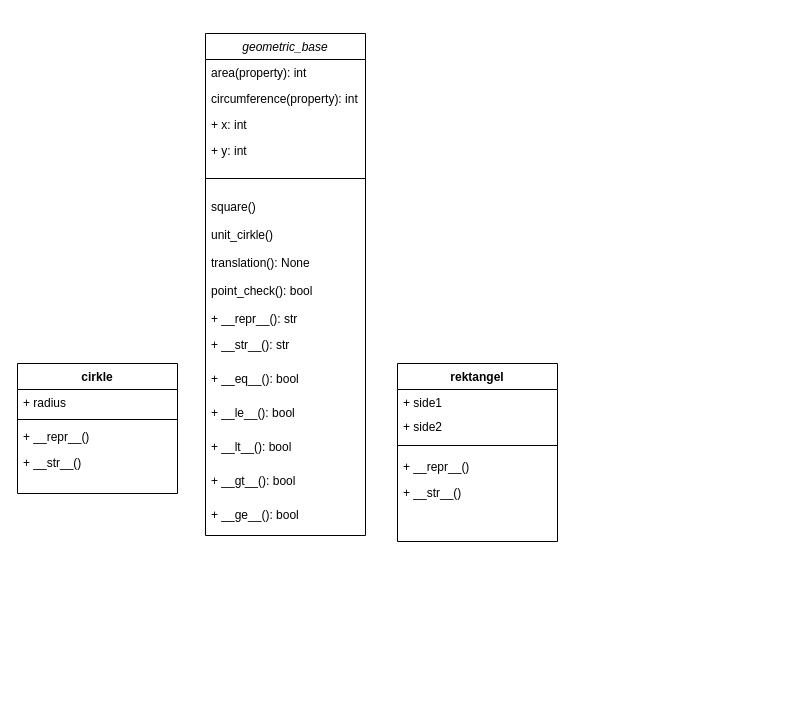
Above: Labs/Untitled Diagram.drawio in koop46/Python_Alejandro_Martinez (draw.io), before the change. Source tidied: cells renumbered, new cells numbered last; positions are measured from the earlier drawing's top-left corner, leaving out a move shared by most shapes. Both pictures are drawn from the tidied source at 100%, with x=0, y=0 at pixel (17, 33).
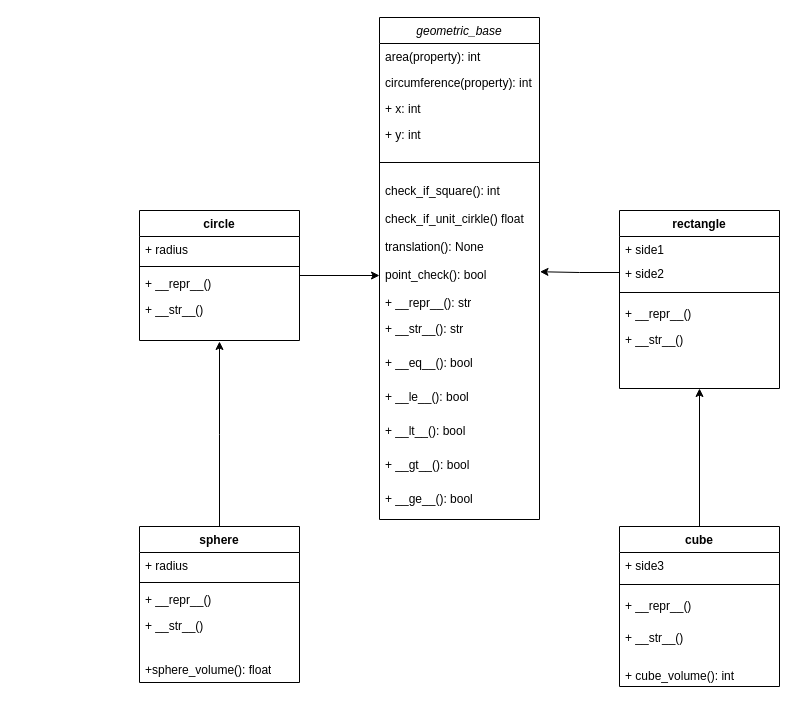
After the change.

Commit message:
sphere and cube

The change refers to these unchanged cells:
```xml
<mxCell id="11" value="point_check(): bool" style="text;align=left;verticalAlign=top;spacingLeft=4;spacingRight=4;overflow=hidden;points=[[0,0.5],[1,0.5]];portConstraint=eastwest;" parent="2" vertex="1">
  <mxGeometry y="244" width="160" height="28" as="geometry" />
</mxCell>
<mxCell id="21" value="+ side2" style="text;strokeColor=none;fillColor=none;align=left;verticalAlign=top;spacingLeft=4;spacingRight=4;overflow=hidden;points=[[0,0.5],[1,0.5]];portConstraint=eastwest;whiteSpace=wrap;html=1;" parent="19" vertex="1">
  <mxGeometry y="50" width="160" height="24" as="geometry" />
</mxCell>
<mxCell id="24" value="+ __str__()" style="text;strokeColor=none;fillColor=none;align=left;verticalAlign=top;spacingLeft=4;spacingRight=4;overflow=hidden;points=[[0,0.5],[1,0.5]];portConstraint=eastwest;whiteSpace=wrap;html=1;" parent="19" vertex="1">
  <mxGeometry y="116" width="160" height="62" as="geometry" />
</mxCell>
```

What changed in the source:
```diff
@@
     <mxCell id="2" value="geometric_base&#10;" style="swimlane;fontStyle=2;align=center;verticalAlign=top;horizontal=1;startSize=26;rounded=0;shadow=0;strokeWidth=1;" parent="1" vertex="1">
-      <mxGeometry x="188" width="160" height="502" as="geometry" />
+      <mxGeometry x="362" y="-16" width="160" height="502" as="geometry" />
     </mxCell>
@@
-    <mxCell id="8" value="square()" style="text;align=left;verticalAlign=top;spacingLeft=4;spacingRight=4;overflow=hidden;" parent="2" vertex="1">
+    <mxCell id="8" value="check_if_square(): int" style="text;align=left;verticalAlign=top;spacingLeft=4;spacingRight=4;overflow=hidden;" parent="2" vertex="1">
       <mxGeometry y="160" width="160" height="28" as="geometry" />
     </mxCell>
-    <mxCell id="9" value="unit_cirkle()" style="text;align=left;verticalAlign=top;spacingLeft=4;spacingRight=4;overflow=hidden;" parent="2" vertex="1">
+    <mxCell id="9" value="check_if_unit_cirkle() float" style="text;align=left;verticalAlign=top;spacingLeft=4;spacingRight=4;overflow=hidden;" parent="2" vertex="1">
       <mxGeometry y="188" width="160" height="28" as="geometry" />
     </mxCell>
@@
-    <mxCell id="19" value="rektangel" style="swimlane;fontStyle=1;align=center;verticalAlign=top;horizontal=1;startSize=26;whiteSpace=wrap;html=1;" parent="1" vertex="1">
-      <mxGeometry x="380" y="330" width="160" height="178" as="geometry" />
+    <mxCell id="19" value="rectangle" style="swimlane;fontStyle=1;align=center;verticalAlign=top;horizontal=1;startSize=26;whiteSpace=wrap;html=1;" parent="1" vertex="1">
+      <mxGeometry x="602" y="177" width="160" height="178" as="geometry" />
     </mxCell>
@@
+    <mxCell id="30" style="edgeStyle=orthogonalEdgeStyle;rounded=0;jettySize=auto;html=1;entryX=0;entryY=0.5;entryDx=0;entryDy=0;" parent="1" edge="1" source="25" target="11">
+      <mxGeometry relative="1" as="geometry" />
+    </mxCell>
-    <mxCell id="25" value="cirkle" style="swimlane;fontStyle=1;align=center;verticalAlign=top;horizontal=1;startSize=26;whiteSpace=wrap;html=1;" parent="1" vertex="1">
-      <mxGeometry y="330" width="160" height="130" as="geometry" />
+    <mxCell id="25" value="circle&lt;br&gt;" style="swimlane;fontStyle=1;align=center;verticalAlign=top;horizontal=1;startSize=26;whiteSpace=wrap;html=1;" parent="1" vertex="1">
+      <mxGeometry x="122" y="177" width="160" height="130" as="geometry" />
     </mxCell>
@@
+    <mxCell id="31" style="edgeStyle=orthogonalEdgeStyle;rounded=0;jettySize=auto;html=1;entryX=0.5;entryY=1;entryDx=0;entryDy=0;entryPerimeter=0;" parent="1" edge="1" source="32" target="24">
+      <mxGeometry relative="1" as="geometry" />
+    </mxCell>
+    <mxCell id="32" value="cube" style="swimlane;fontStyle=1;align=center;verticalAlign=top;horizontal=1;startSize=26;whiteSpace=wrap;html=1;" parent="1" vertex="1">
+      <mxGeometry x="602" y="493" width="160" height="160" as="geometry" />
+    </mxCell>
+    <mxCell id="33" value="+ side3" style="text;strokeColor=none;fillColor=none;align=left;verticalAlign=top;spacingLeft=4;spacingRight=4;overflow=hidden;whiteSpace=wrap;html=1;" parent="32" vertex="1">
+      <mxGeometry y="26" width="160" height="24" as="geometry" />
+    </mxCell>
+    <mxCell id="34" style="line;strokeWidth=1;fillColor=none;align=left;verticalAlign=middle;spacingTop=-1;spacingLeft=3;spacingRight=3;labelPosition=right;strokeColor=inherit;" parent="32" vertex="1">
+      <mxGeometry y="50" width="160" height="16" as="geometry" />
+    </mxCell>
+    <mxCell id="35" value="+ __repr__()" style="text;strokeColor=none;fillColor=none;align=left;verticalAlign=top;spacingLeft=4;spacingRight=4;overflow=hidden;whiteSpace=wrap;html=1;" parent="32" vertex="1">
+      <mxGeometry y="66" width="160" height="32" as="geometry" />
+    </mxCell>
+    <mxCell id="36" value="+ __str__()" style="text;strokeColor=none;fillColor=none;align=left;verticalAlign=top;spacingLeft=4;spacingRight=4;overflow=hidden;whiteSpace=wrap;html=1;" parent="32" vertex="1">
+      <mxGeometry y="98" width="160" height="38" as="geometry" />
+    </mxCell>
+    <mxCell id="37" value="+ cube_volume(): int" style="text;strokeColor=none;fillColor=none;align=left;verticalAlign=top;spacingLeft=4;spacingRight=4;overflow=hidden;whiteSpace=wrap;html=1;" parent="32" vertex="1">
+      <mxGeometry y="136" width="160" height="24" as="geometry" />
+    </mxCell>
+    <mxCell id="38" style="edgeStyle=orthogonalEdgeStyle;rounded=0;jettySize=auto;html=1;" parent="1" edge="1" source="39">
+      <mxGeometry relative="1" as="geometry">
+        <mxPoint x="202" y="308" as="targetPoint" />
+      </mxGeometry>
+    </mxCell>
+    <mxCell id="39" value="sphere" style="swimlane;fontStyle=1;align=center;verticalAlign=top;horizontal=1;startSize=26;whiteSpace=wrap;html=1;" parent="1" vertex="1">
+      <mxGeometry x="122" y="493" width="160" height="156" as="geometry" />
+    </mxCell>
+    <mxCell id="40" value="+ radius" style="text;strokeColor=none;fillColor=none;align=left;verticalAlign=top;spacingLeft=4;spacingRight=4;overflow=hidden;whiteSpace=wrap;html=1;" parent="39" vertex="1">
+      <mxGeometry y="26" width="160" height="26" as="geometry" />
+    </mxCell>
+    <mxCell id="41" style="line;strokeWidth=1;fillColor=none;align=left;verticalAlign=middle;spacingTop=-1;spacingLeft=3;spacingRight=3;labelPosition=right;strokeColor=inherit;" parent="39" vertex="1">
+      <mxGeometry y="52" width="160" height="8" as="geometry" />
+    </mxCell>
+    <mxCell id="42" value="+ __repr__()" style="text;strokeColor=none;fillColor=none;align=left;verticalAlign=top;spacingLeft=4;spacingRight=4;overflow=hidden;whiteSpace=wrap;html=1;" parent="39" vertex="1">
+      <mxGeometry y="60" width="160" height="26" as="geometry" />
+    </mxCell>
+    <mxCell id="43" value="+ __str__()" style="text;strokeColor=none;fillColor=none;align=left;verticalAlign=top;spacingLeft=4;spacingRight=4;overflow=hidden;whiteSpace=wrap;html=1;" parent="39" vertex="1">
+      <mxGeometry y="86" width="160" height="44" as="geometry" />
+    </mxCell>
+    <mxCell id="44" value="+sphere_volume(): float" style="text;strokeColor=none;fillColor=none;align=left;verticalAlign=top;spacingLeft=4;spacingRight=4;overflow=hidden;whiteSpace=wrap;html=1;" parent="39" vertex="1">
+      <mxGeometry y="130" width="160" height="26" as="geometry" />
+    </mxCell>
+    <mxCell id="45" style="edgeStyle=orthogonalEdgeStyle;rounded=0;jettySize=auto;html=1;entryX=1.003;entryY=0.366;entryDx=0;entryDy=0;entryPerimeter=0;" parent="1" edge="1" source="21" target="11">
+      <mxGeometry relative="1" as="geometry" />
+    </mxCell>
```
